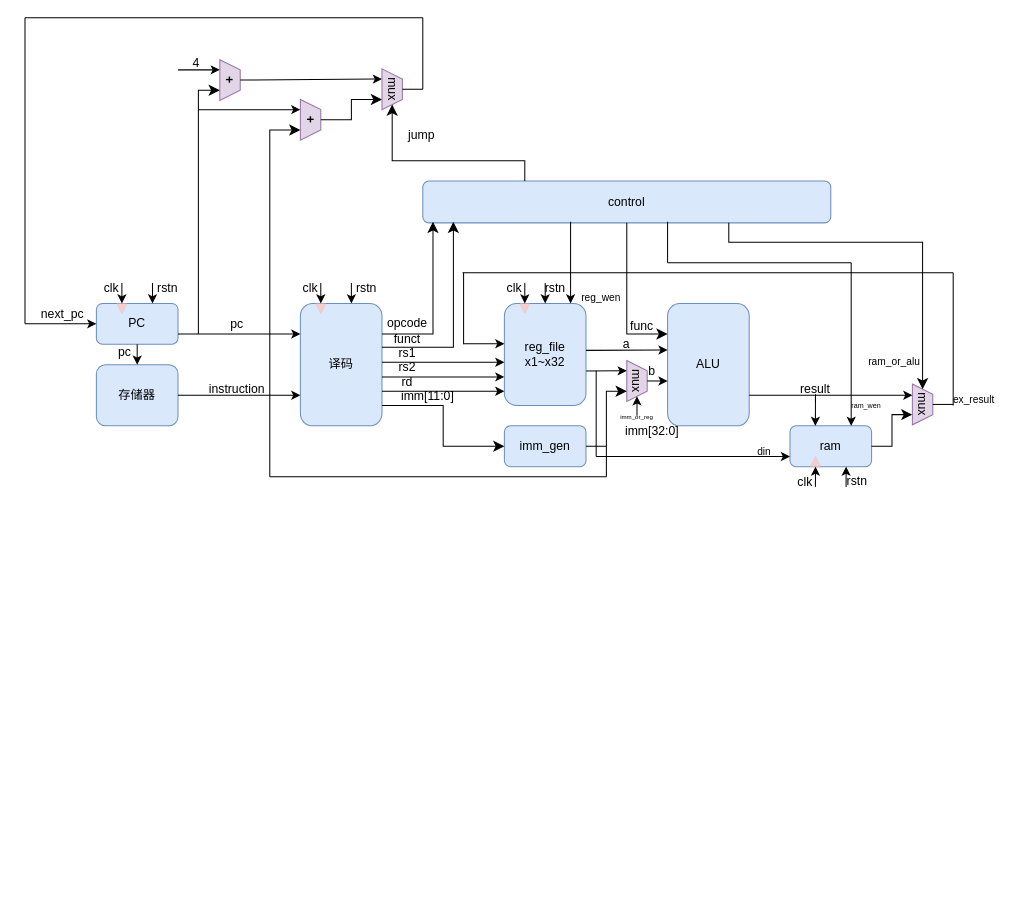
Earlier version of the draw.io diagram riscv.drawio (youmiwei/drawio). Source tidied: cells renumbered, new cells numbered last; positions are measured from the earlier drawing's top-left corner, leaving out a move shared by most shapes. Both pictures are drawn from the tidied source at 102%, with x=0, y=0 at pixel (24, 17).
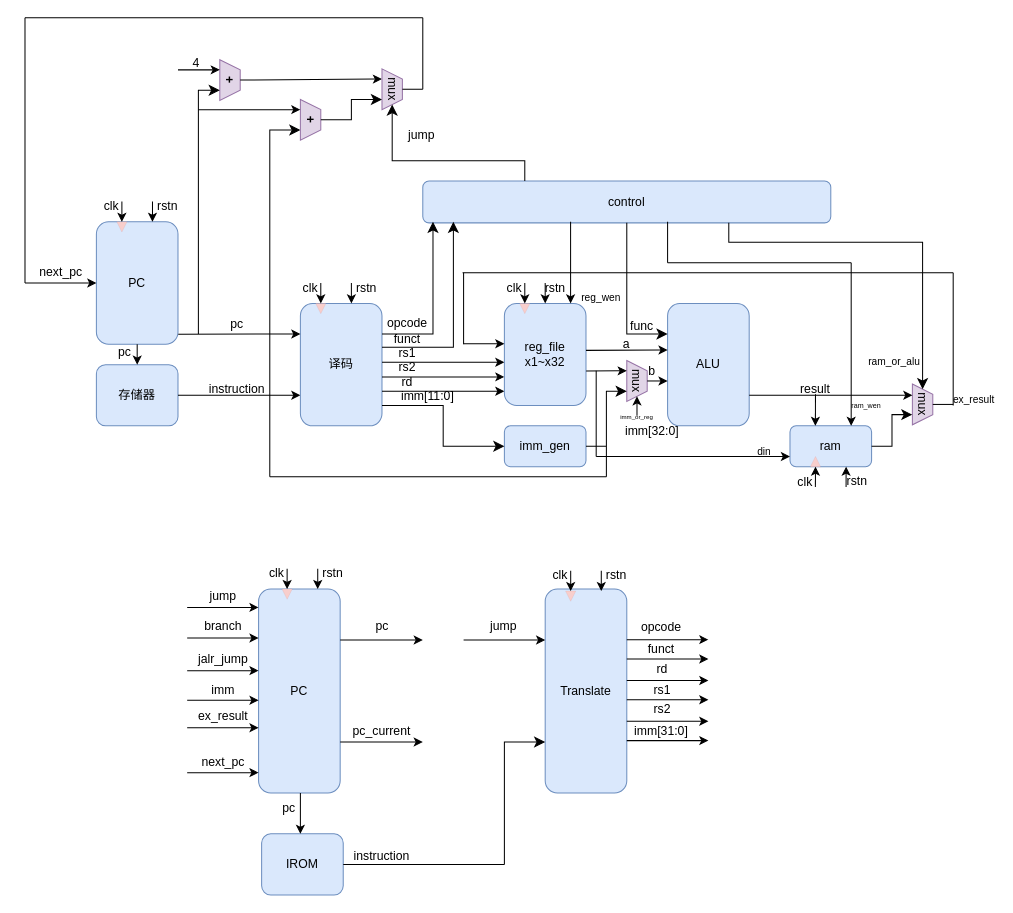
Above is the later version.

The change refers to these unchanged cells:
```xml
<mxCell id="8" value="译码" style="rounded=1;whiteSpace=wrap;html=1;fillColor=#dae8fc;strokeColor=#6c8ebf;" parent="1" vertex="1">
  <mxGeometry x="270" y="280" width="80" height="120" as="geometry" />
</mxCell>
```

The edit, as a diff of the source:
```diff
@@
     <mxCell id="3" value="PC" style="rounded=1;whiteSpace=wrap;html=1;fillColor=#dae8fc;strokeColor=#6c8ebf;" parent="1" vertex="1">
-      <mxGeometry x="70" y="280" width="80" height="40" as="geometry" />
+      <mxGeometry x="70" y="200" width="80" height="120" as="geometry" />
     </mxCell>
@@
-    <mxCell id="15" style="endArrow=classic;html=1;rounded=0;exitX=1;exitY=0.75;exitDx=0;exitDy=0;entryX=0;entryY=0.25;entryDx=0;entryDy=0;" parent="1" edge="1" source="3" target="8">
+    <mxCell id="15" style="endArrow=classic;html=1;rounded=0;exitX=1.003;exitY=0.918;exitDx=0;exitDy=0;entryX=0;entryY=0.25;entryDx=0;entryDy=0;exitPerimeter=0;" parent="1" edge="1" source="3" target="8">
       <mxGeometry relative="1" as="geometry" />
     </mxCell>
@@
     <mxCell id="17" style="triangle;whiteSpace=wrap;html=1;rotation=90;fillColor=#f8cecc;strokeColor=#b85450;strokeWidth=0;" parent="1" vertex="1">
-      <mxGeometry x="90" y="280" width="10" height="10" as="geometry" />
+      <mxGeometry x="90" y="200" width="10" height="10" as="geometry" />
     </mxCell>
     <mxCell id="18" style="endArrow=classic;html=1;rounded=0;entryX=0;entryY=0.5;entryDx=0;entryDy=0;" parent="1" edge="1" target="17">
       <mxGeometry relative="1" as="geometry">
-        <mxPoint x="95" y="260" as="sourcePoint" />
+        <mxPoint x="95" y="180" as="sourcePoint" />
       </mxGeometry>
     </mxCell>
     <mxCell id="19" value="clk" style="text;html=1;align=center;verticalAlign=middle;whiteSpace=wrap;rounded=0;" parent="1" vertex="1">
-      <mxGeometry x="70" y="260" width="30" height="10" as="geometry" />
+      <mxGeometry x="70" y="180" width="30" height="10" as="geometry" />
     </mxCell>
     <mxCell id="20" style="endArrow=classic;html=1;rounded=0;entryX=0;entryY=0.5;entryDx=0;entryDy=0;" parent="1" edge="1">
       <mxGeometry relative="1" as="geometry">
-        <mxPoint x="125" y="260" as="sourcePoint" />
-        <mxPoint x="125" y="280" as="targetPoint" />
+        <mxPoint x="125" y="180" as="sourcePoint" />
+        <mxPoint x="125" y="200" as="targetPoint" />
       </mxGeometry>
     </mxCell>
     <mxCell id="21" value="rstn" style="text;html=1;align=center;verticalAlign=middle;whiteSpace=wrap;rounded=0;" parent="1" vertex="1">
-      <mxGeometry x="125" y="260" width="30" height="10" as="geometry" />
+      <mxGeometry x="125" y="180" width="30" height="10" as="geometry" />
     </mxCell>
@@
     <mxCell id="49" style="endArrow=classic;html=1;rounded=0;entryX=0;entryY=0.5;entryDx=0;entryDy=0;" parent="1" edge="1" target="3">
       <mxGeometry relative="1" as="geometry">
-        <mxPoint y="300" as="sourcePoint" />
+        <mxPoint y="260" as="sourcePoint" />
       </mxGeometry>
     </mxCell>
     <mxCell id="50" value="next_pc" style="text;html=1;align=center;verticalAlign=middle;whiteSpace=wrap;rounded=0;" parent="1" vertex="1">
-      <mxGeometry x="22" y="286" width="30" height="10" as="geometry" />
+      <mxGeometry x="10" y="245" width="51" height="10" as="geometry" />
     </mxCell>
@@
     <mxCell id="60" style="endArrow=none;html=1;rounded=0;" parent="1" edge="1">
       <mxGeometry relative="1" as="geometry">
-        <mxPoint y="300" as="sourcePoint" />
+        <mxPoint y="260" as="sourcePoint" />
         <mxPoint as="targetPoint" />
       </mxGeometry>
     </mxCell>
@@
+    <mxCell id="102" value="PC" style="rounded=1;whiteSpace=wrap;html=1;fillColor=#dae8fc;strokeColor=#6c8ebf;" parent="1" vertex="1">
+      <mxGeometry x="229" y="560" width="80" height="200" as="geometry" />
+    </mxCell>
+    <mxCell id="103" style="endArrow=classic;html=1;rounded=0;entryX=0;entryY=0.5;entryDx=0;entryDy=0;" parent="1" edge="1">
+      <mxGeometry relative="1" as="geometry">
+        <mxPoint x="159" y="740" as="sourcePoint" />
+        <mxPoint x="229" y="740" as="targetPoint" />
+      </mxGeometry>
+    </mxCell>
+    <mxCell id="104" value="next_pc" style="text;html=1;align=center;verticalAlign=middle;whiteSpace=wrap;rounded=0;" parent="1" vertex="1">
+      <mxGeometry x="169" y="725" width="51" height="10" as="geometry" />
+    </mxCell>
+    <mxCell id="105" style="endArrow=classic;html=1;rounded=0;entryX=0;entryY=0.5;entryDx=0;entryDy=0;" parent="1" edge="1">
+      <mxGeometry relative="1" as="geometry">
+        <mxPoint x="159" y="696" as="sourcePoint" />
+        <mxPoint x="229" y="696" as="targetPoint" />
+      </mxGeometry>
+    </mxCell>
+    <mxCell id="106" value="ex_result" style="text;html=1;align=center;verticalAlign=middle;whiteSpace=wrap;rounded=0;" parent="1" vertex="1">
+      <mxGeometry x="169" y="680" width="51" height="10" as="geometry" />
+    </mxCell>
+    <mxCell id="107" style="endArrow=classic;html=1;rounded=0;entryX=0;entryY=0.5;entryDx=0;entryDy=0;" parent="1" edge="1">
+      <mxGeometry relative="1" as="geometry">
+        <mxPoint x="159" y="669" as="sourcePoint" />
+        <mxPoint x="229" y="669" as="targetPoint" />
+      </mxGeometry>
+    </mxCell>
+    <mxCell id="108" value="imm" style="text;html=1;align=center;verticalAlign=middle;whiteSpace=wrap;rounded=0;" parent="1" vertex="1">
+      <mxGeometry x="169" y="654" width="51" height="10" as="geometry" />
+    </mxCell>
+    <mxCell id="109" style="endArrow=classic;html=1;rounded=0;entryX=0;entryY=0.5;entryDx=0;entryDy=0;" parent="1" edge="1">
+      <mxGeometry relative="1" as="geometry">
+        <mxPoint x="159" y="640" as="sourcePoint" />
+        <mxPoint x="229" y="640" as="targetPoint" />
+      </mxGeometry>
+    </mxCell>
+    <mxCell id="110" value="jalr_jump" style="text;html=1;align=center;verticalAlign=middle;whiteSpace=wrap;rounded=0;" parent="1" vertex="1">
+      <mxGeometry x="169" y="624" width="51" height="10" as="geometry" />
+    </mxCell>
+    <mxCell id="111" style="endArrow=classic;html=1;rounded=0;entryX=0;entryY=0.5;entryDx=0;entryDy=0;" parent="1" edge="1">
+      <mxGeometry relative="1" as="geometry">
+        <mxPoint x="159" y="608" as="sourcePoint" />
+        <mxPoint x="229" y="608" as="targetPoint" />
+      </mxGeometry>
+    </mxCell>
+    <mxCell id="112" value="branch" style="text;html=1;align=center;verticalAlign=middle;whiteSpace=wrap;rounded=0;" parent="1" vertex="1">
+      <mxGeometry x="169" y="592" width="51" height="10" as="geometry" />
+    </mxCell>
+    <mxCell id="113" style="endArrow=classic;html=1;rounded=0;entryX=0;entryY=0.5;entryDx=0;entryDy=0;" parent="1" edge="1">
+      <mxGeometry relative="1" as="geometry">
+        <mxPoint x="159" y="578" as="sourcePoint" />
+        <mxPoint x="229" y="578" as="targetPoint" />
+      </mxGeometry>
+    </mxCell>
+    <mxCell id="114" value="jump" style="text;html=1;align=center;verticalAlign=middle;whiteSpace=wrap;rounded=0;" parent="1" vertex="1">
+      <mxGeometry x="169" y="562" width="51" height="10" as="geometry" />
+    </mxCell>
+    <mxCell id="115" style="triangle;whiteSpace=wrap;html=1;rotation=90;fillColor=#f8cecc;strokeColor=#b85450;strokeWidth=0;" parent="1" vertex="1">
+      <mxGeometry x="252" y="560" width="10" height="10" as="geometry" />
+    </mxCell>
+    <mxCell id="116" style="endArrow=classic;html=1;rounded=0;entryX=0;entryY=0.5;entryDx=0;entryDy=0;" parent="1" edge="1" target="115">
+      <mxGeometry relative="1" as="geometry">
+        <mxPoint x="257" y="540" as="sourcePoint" />
+      </mxGeometry>
+    </mxCell>
+    <mxCell id="117" value="clk" style="text;html=1;align=center;verticalAlign=middle;whiteSpace=wrap;rounded=0;" parent="1" vertex="1">
+      <mxGeometry x="232" y="540" width="30" height="10" as="geometry" />
+    </mxCell>
+    <mxCell id="118" style="endArrow=classic;html=1;rounded=0;entryX=0;entryY=0.5;entryDx=0;entryDy=0;" parent="1" edge="1">
+      <mxGeometry relative="1" as="geometry">
+        <mxPoint x="287" y="540" as="sourcePoint" />
+        <mxPoint x="287" y="560" as="targetPoint" />
+      </mxGeometry>
+    </mxCell>
+    <mxCell id="119" value="rstn" style="text;html=1;align=center;verticalAlign=middle;whiteSpace=wrap;rounded=0;" parent="1" vertex="1">
+      <mxGeometry x="287" y="540" width="30" height="10" as="geometry" />
+    </mxCell>
+    <mxCell id="120" value="IROM" style="rounded=1;whiteSpace=wrap;html=1;fillColor=#dae8fc;strokeColor=#6c8ebf;" parent="1" vertex="1">
+      <mxGeometry x="232" y="800" width="80" height="60" as="geometry" />
+    </mxCell>
+    <mxCell id="121" style="endArrow=classic;html=1;rounded=0;exitX=0.25;exitY=1;exitDx=0;exitDy=0;fontStyle=1;" parent="1" edge="1">
+      <mxGeometry relative="1" as="geometry">
+        <mxPoint x="270" y="760" as="sourcePoint" />
+        <mxPoint x="270" y="800" as="targetPoint" />
+      </mxGeometry>
+    </mxCell>
+    <mxCell id="122" value="pc" style="text;html=1;align=center;verticalAlign=middle;whiteSpace=wrap;rounded=0;" parent="1" vertex="1">
+      <mxGeometry x="244" y="770" width="30" height="10" as="geometry" />
+    </mxCell>
+    <mxCell id="123" value="instruction" style="text;html=1;align=center;verticalAlign=middle;whiteSpace=wrap;rounded=0;" parent="1" vertex="1">
+      <mxGeometry x="320" y="817" width="60" height="10" as="geometry" />
+    </mxCell>
+    <mxCell id="124" style="endArrow=classic;html=1;rounded=0;exitX=1;exitY=0.25;exitDx=0;exitDy=0;fontStyle=1;" parent="1" edge="1" source="102">
+      <mxGeometry relative="1" as="geometry">
+        <mxPoint x="390" y="610" as="targetPoint" />
+      </mxGeometry>
+    </mxCell>
+    <mxCell id="125" style="endArrow=classic;html=1;rounded=0;exitX=1;exitY=0.75;exitDx=0;exitDy=0;fontStyle=1;" parent="1" edge="1" source="102">
+      <mxGeometry relative="1" as="geometry">
+        <mxPoint x="390" y="710" as="targetPoint" />
+      </mxGeometry>
+    </mxCell>
+    <mxCell id="126" value="pc_current" style="text;html=1;align=center;verticalAlign=middle;whiteSpace=wrap;rounded=0;" parent="1" vertex="1">
+      <mxGeometry x="315" y="695" width="70" height="10" as="geometry" />
+    </mxCell>
+    <mxCell id="127" value="pc" style="text;html=1;align=center;verticalAlign=middle;whiteSpace=wrap;rounded=0;" parent="1" vertex="1">
+      <mxGeometry x="310.5" y="592" width="79" height="10" as="geometry" />
+    </mxCell>
+    <mxCell id="128" value="Translate" style="rounded=1;whiteSpace=wrap;html=1;fillColor=#dae8fc;strokeColor=#6c8ebf;" parent="1" vertex="1">
+      <mxGeometry x="510" y="560" width="80" height="200" as="geometry" />
+    </mxCell>
+    <mxCell id="129" style="endArrow=none;html=1;rounded=0;exitX=1;exitY=0.5;exitDx=0;exitDy=0;" parent="1" edge="1" source="120">
+      <mxGeometry relative="1" as="geometry">
+        <mxPoint x="470" y="830" as="targetPoint" />
+      </mxGeometry>
+    </mxCell>
+    <mxCell id="130" style="edgeStyle=segmentEdgeStyle;endArrow=classic;html=1;curved=0;rounded=0;endSize=8;startSize=8;entryX=0;entryY=0.75;entryDx=0;entryDy=0;" parent="1" edge="1" target="128">
+      <mxGeometry relative="1" as="geometry">
+        <mxPoint x="470" y="830" as="sourcePoint" />
+        <Array as="points">
+          <mxPoint x="470" y="710" />
+        </Array>
+      </mxGeometry>
+    </mxCell>
+    <mxCell id="131" style="triangle;whiteSpace=wrap;html=1;rotation=90;fillColor=#f8cecc;strokeColor=#b85450;strokeWidth=0;" parent="1" vertex="1">
+      <mxGeometry x="530" y="562" width="10" height="10" as="geometry" />
+    </mxCell>
+    <mxCell id="132" style="endArrow=classic;html=1;rounded=0;entryX=0;entryY=0.5;entryDx=0;entryDy=0;" parent="1" edge="1" target="131">
+      <mxGeometry relative="1" as="geometry">
+        <mxPoint x="535" y="542" as="sourcePoint" />
+      </mxGeometry>
+    </mxCell>
+    <mxCell id="133" value="clk" style="text;html=1;align=center;verticalAlign=middle;whiteSpace=wrap;rounded=0;" parent="1" vertex="1">
+      <mxGeometry x="510" y="542" width="30" height="10" as="geometry" />
+    </mxCell>
+    <mxCell id="134" style="endArrow=classic;html=1;rounded=0;entryX=0;entryY=0.5;entryDx=0;entryDy=0;" parent="1" edge="1">
+      <mxGeometry relative="1" as="geometry">
+        <mxPoint x="565" y="542" as="sourcePoint" />
+        <mxPoint x="565" y="562" as="targetPoint" />
+      </mxGeometry>
+    </mxCell>
+    <mxCell id="135" value="rstn" style="text;html=1;align=center;verticalAlign=middle;whiteSpace=wrap;rounded=0;" parent="1" vertex="1">
+      <mxGeometry x="565" y="542" width="30" height="10" as="geometry" />
+    </mxCell>
+    <mxCell id="136" style="endArrow=classic;html=1;rounded=0;entryX=0;entryY=0.25;entryDx=0;entryDy=0;" parent="1" edge="1" target="128">
+      <mxGeometry relative="1" as="geometry">
+        <mxPoint x="430" y="610" as="sourcePoint" />
+      </mxGeometry>
+    </mxCell>
+    <mxCell id="137" value="jump" style="text;html=1;align=center;verticalAlign=middle;whiteSpace=wrap;rounded=0;" parent="1" vertex="1">
+      <mxGeometry x="444" y="592" width="51" height="10" as="geometry" />
+    </mxCell>
+    <mxCell id="138" style="endArrow=classic;html=1;rounded=0;entryX=0;entryY=0.25;entryDx=0;entryDy=0;" parent="1" edge="1">
+      <mxGeometry relative="1" as="geometry">
+        <mxPoint x="590" y="609.6" as="sourcePoint" />
+        <mxPoint x="670" y="609.6" as="targetPoint" />
+      </mxGeometry>
+    </mxCell>
+    <mxCell id="139" style="endArrow=classic;html=1;rounded=0;entryX=0;entryY=0.25;entryDx=0;entryDy=0;" parent="1" edge="1">
+      <mxGeometry relative="1" as="geometry">
+        <mxPoint x="590" y="628.6" as="sourcePoint" />
+        <mxPoint x="670" y="628.6" as="targetPoint" />
+      </mxGeometry>
+    </mxCell>
+    <mxCell id="140" style="endArrow=classic;html=1;rounded=0;entryX=0;entryY=0.25;entryDx=0;entryDy=0;" parent="1" edge="1">
+      <mxGeometry relative="1" as="geometry">
+        <mxPoint x="590" y="649.6" as="sourcePoint" />
+        <mxPoint x="670" y="649.6" as="targetPoint" />
+      </mxGeometry>
+    </mxCell>
+    <mxCell id="141" style="endArrow=classic;html=1;rounded=0;entryX=0;entryY=0.25;entryDx=0;entryDy=0;" parent="1" edge="1">
+      <mxGeometry relative="1" as="geometry">
+        <mxPoint x="590" y="668.6" as="sourcePoint" />
+        <mxPoint x="670" y="668.6" as="targetPoint" />
+      </mxGeometry>
+    </mxCell>
+    <mxCell id="142" style="endArrow=classic;html=1;rounded=0;entryX=0;entryY=0.25;entryDx=0;entryDy=0;" parent="1" edge="1">
+      <mxGeometry relative="1" as="geometry">
+        <mxPoint x="590" y="689.6" as="sourcePoint" />
+        <mxPoint x="670" y="689.6" as="targetPoint" />
+      </mxGeometry>
+    </mxCell>
+    <mxCell id="143" style="endArrow=classic;html=1;rounded=0;entryX=0;entryY=0.25;entryDx=0;entryDy=0;" parent="1" edge="1">
+      <mxGeometry relative="1" as="geometry">
+        <mxPoint x="590" y="708.6" as="sourcePoint" />
+        <mxPoint x="670" y="708.6" as="targetPoint" />
+      </mxGeometry>
+    </mxCell>
+    <mxCell id="144" value="opcode" style="text;html=1;align=center;verticalAlign=middle;whiteSpace=wrap;rounded=0;" parent="1" vertex="1">
+      <mxGeometry x="594" y="593" width="60" height="10" as="geometry" />
+    </mxCell>
+    <mxCell id="145" value="funct" style="text;html=1;align=center;verticalAlign=middle;whiteSpace=wrap;rounded=0;" parent="1" vertex="1">
+      <mxGeometry x="594" y="614" width="60" height="10" as="geometry" />
+    </mxCell>
+    <mxCell id="146" value="rd" style="text;html=1;align=center;verticalAlign=middle;whiteSpace=wrap;rounded=0;" parent="1" vertex="1">
+      <mxGeometry x="595" y="634" width="60" height="10" as="geometry" />
+    </mxCell>
+    <mxCell id="147" value="rs1" style="text;html=1;align=center;verticalAlign=middle;whiteSpace=wrap;rounded=0;" parent="1" vertex="1">
+      <mxGeometry x="595" y="654" width="60" height="10" as="geometry" />
+    </mxCell>
+    <mxCell id="148" value="rs2" style="text;html=1;align=center;verticalAlign=middle;whiteSpace=wrap;rounded=0;" parent="1" vertex="1">
+      <mxGeometry x="595" y="673" width="60" height="10" as="geometry" />
+    </mxCell>
+    <mxCell id="149" value="imm[31:0]" style="text;html=1;align=center;verticalAlign=middle;whiteSpace=wrap;rounded=0;" parent="1" vertex="1">
+      <mxGeometry x="594" y="695" width="60" height="10" as="geometry" />
+    </mxCell>
```
